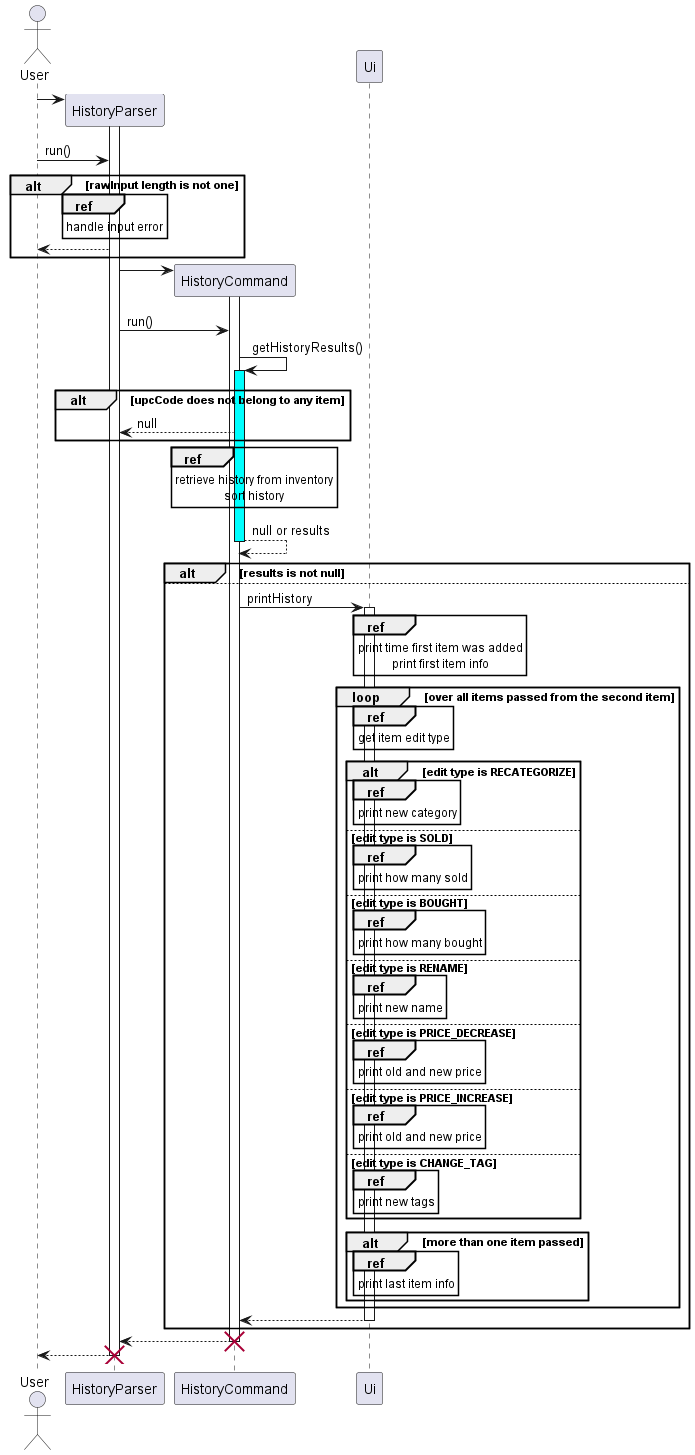
nus-cs2113-AY2223S2/tp keeps this PlantUML diagram as docs/UML/History/HistoryParser.png. Above is the earlier version.
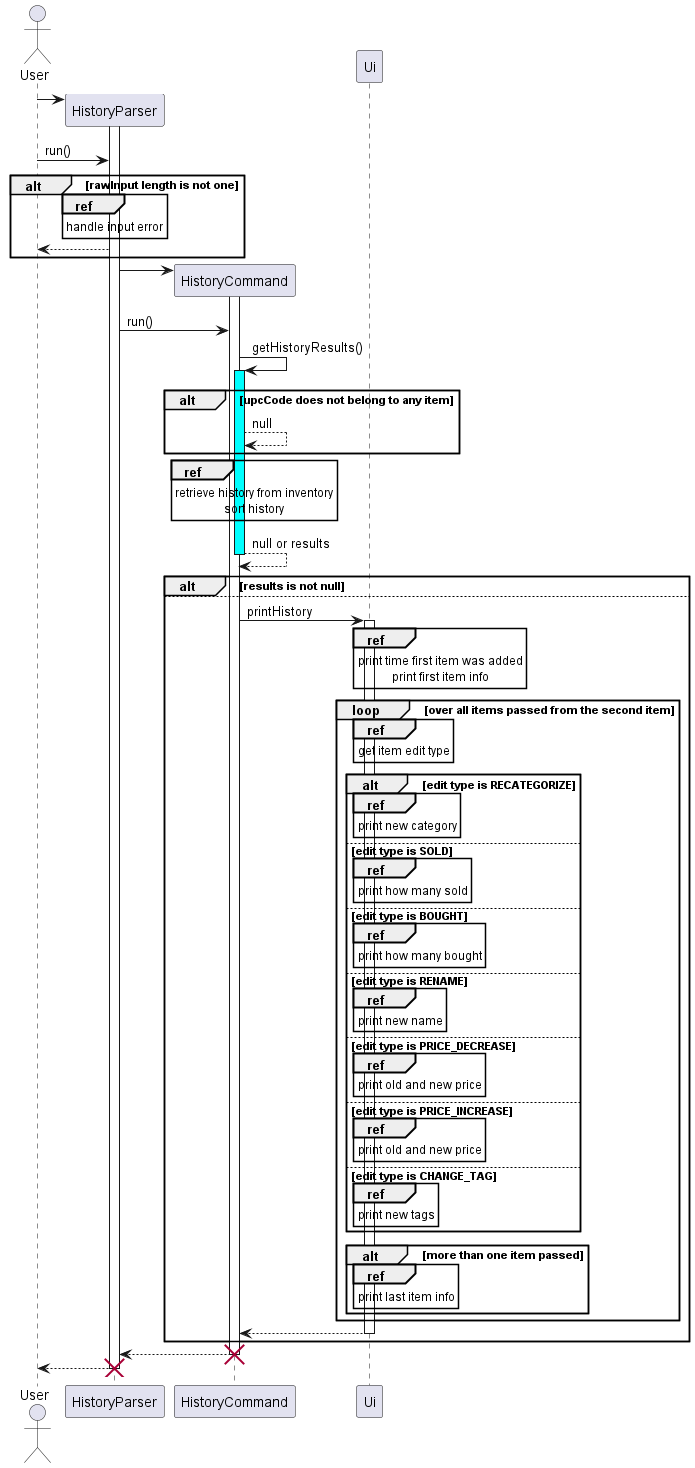
After the change.

Commit message:
HistoryParser.puml finalf inal final v2.0 last edit final

What changed in the source:
```diff
@@ -16,7 +16,7 @@
 HistoryCommand -> HistoryCommand: getHistoryResults()
 activate HistoryCommand #cyan
 alt upcCode does not belong to any item
-    HistoryCommand --> HistoryParser: null
+    HistoryCommand --> HistoryCommand: null
 end
 ref over HistoryCommand
     retrieve history from inventory
```
